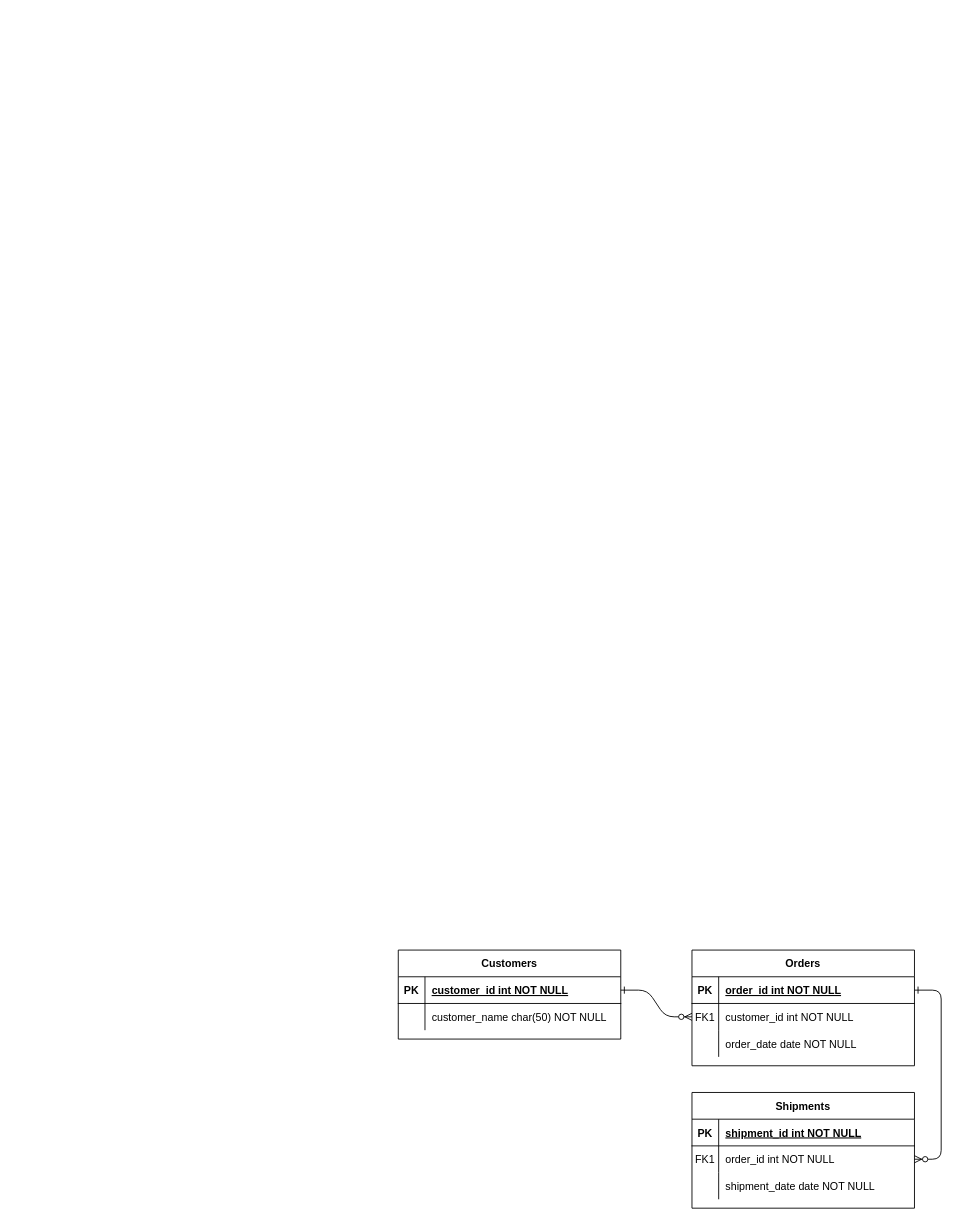
Above: 入試結果登録.drawio in satoru817/4eachkeijiban (draw.io), before the change. Source tidied: cells renumbered, new cells numbered last; positions are measured from the earlier drawing's top-left corner, leaving out a move shared by most shapes. Both pictures are drawn from the tidied source at 89%, with x=0, y=0 at pixel (398, 950).
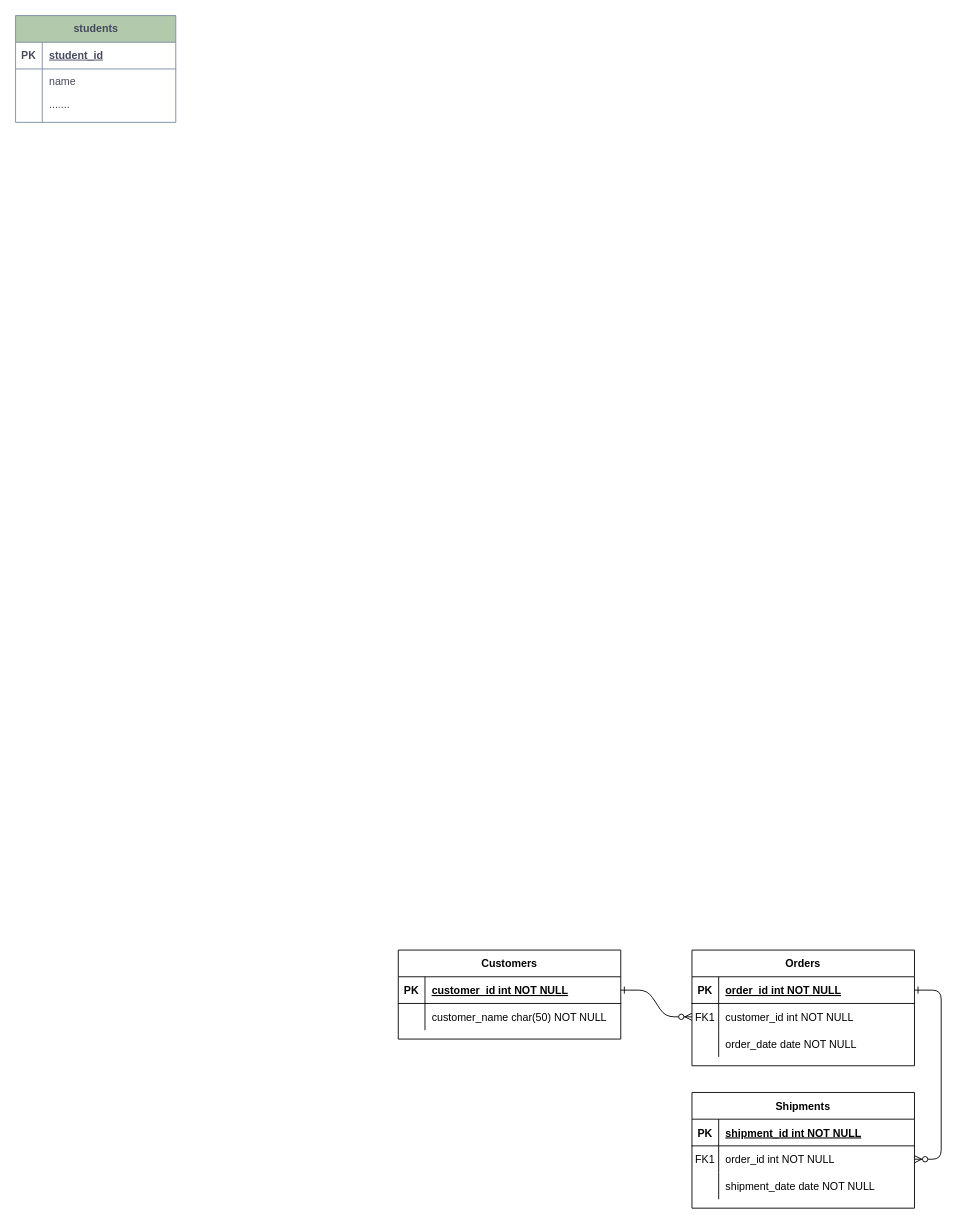
After the change.

Commit message:
入試結果登録.drawio を更新します

Change to the diagram source:
```diff
@@
+    <mxCell id="31" value="students" style="shape=table;startSize=30;childLayout=tableLayout;rowLines=0;fontStyle=1;align=center;html=1;labelBackgroundColor=none;fillColor=#B2C9AB;strokeColor=#788AA3;fontColor=#46495D;" parent="1" vertex="1">
+      <mxGeometry x="-430" y="-1050" width="180" height="120" as="geometry" />
+    </mxCell>
+    <mxCell id="32" style="shape=tableRow;horizontal=0;startSize=0;swimlaneHead=0;swimlaneBody=0;fillColor=none;top=0;left=0;right=0;bottom=1;labelBackgroundColor=none;strokeColor=#788AA3;fontColor=#46495D;" parent="31" vertex="1">
+      <mxGeometry y="30" width="180" height="30" as="geometry" />
+    </mxCell>
+    <mxCell id="33" value="PK" style="shape=partialRectangle;fillColor=none;top=0;left=0;bottom=0;right=0;fontStyle=1;overflow=hidden;whiteSpace=wrap;html=1;labelBackgroundColor=none;strokeColor=#788AA3;fontColor=#46495D;" parent="32" vertex="1">
+      <mxGeometry width="30" height="30" as="geometry" />
+    </mxCell>
+    <mxCell id="34" value="student_id" style="shape=partialRectangle;fillColor=none;top=0;left=0;bottom=0;right=0;align=left;spacingLeft=6;fontStyle=5;overflow=hidden;whiteSpace=wrap;html=1;labelBackgroundColor=none;strokeColor=#788AA3;fontColor=#46495D;" parent="32" vertex="1">
+      <mxGeometry x="30" width="150" height="30" as="geometry" />
+    </mxCell>
+    <mxCell id="35" style="shape=tableRow;horizontal=0;startSize=0;swimlaneHead=0;swimlaneBody=0;fillColor=none;top=0;left=0;right=0;bottom=0;labelBackgroundColor=none;strokeColor=#788AA3;fontColor=#46495D;" parent="31" vertex="1">
+      <mxGeometry y="60" width="180" height="30" as="geometry" />
+    </mxCell>
+    <mxCell id="36" style="shape=partialRectangle;fillColor=none;top=0;left=0;bottom=0;right=0;overflow=hidden;whiteSpace=wrap;html=1;labelBackgroundColor=none;strokeColor=#788AA3;fontColor=#46495D;" parent="35" vertex="1">
+      <mxGeometry width="30" height="30" as="geometry" />
+    </mxCell>
+    <mxCell id="37" value="name" style="shape=partialRectangle;fillColor=none;top=0;left=0;bottom=0;right=0;align=left;spacingLeft=6;overflow=hidden;whiteSpace=wrap;html=1;labelBackgroundColor=none;strokeColor=#788AA3;fontColor=#46495D;" parent="35" vertex="1">
+      <mxGeometry x="30" width="150" height="30" as="geometry" />
+    </mxCell>
+    <mxCell id="38" style="shape=tableRow;horizontal=0;startSize=0;swimlaneHead=0;swimlaneBody=0;fillColor=none;top=0;left=0;right=0;bottom=0;labelBackgroundColor=none;strokeColor=#788AA3;fontColor=#46495D;" parent="31" vertex="1">
+      <mxGeometry y="90" width="180" height="30" as="geometry" />
+    </mxCell>
+    <mxCell id="39" style="shape=partialRectangle;fillColor=none;top=0;left=0;bottom=0;right=0;overflow=hidden;whiteSpace=wrap;html=1;labelBackgroundColor=none;strokeColor=#788AA3;fontColor=#46495D;" parent="38" vertex="1">
+      <mxGeometry width="30" height="30" as="geometry" />
+    </mxCell>
+    <mxCell id="40" value=".......&lt;div&gt;&lt;br&gt;&lt;/div&gt;" style="shape=partialRectangle;fillColor=none;top=0;left=0;bottom=0;right=0;align=left;spacingLeft=6;overflow=hidden;whiteSpace=wrap;html=1;labelBackgroundColor=none;strokeColor=#788AA3;fontColor=#46495D;" parent="38" vertex="1">
+      <mxGeometry x="30" width="150" height="30" as="geometry" />
+    </mxCell>
```
